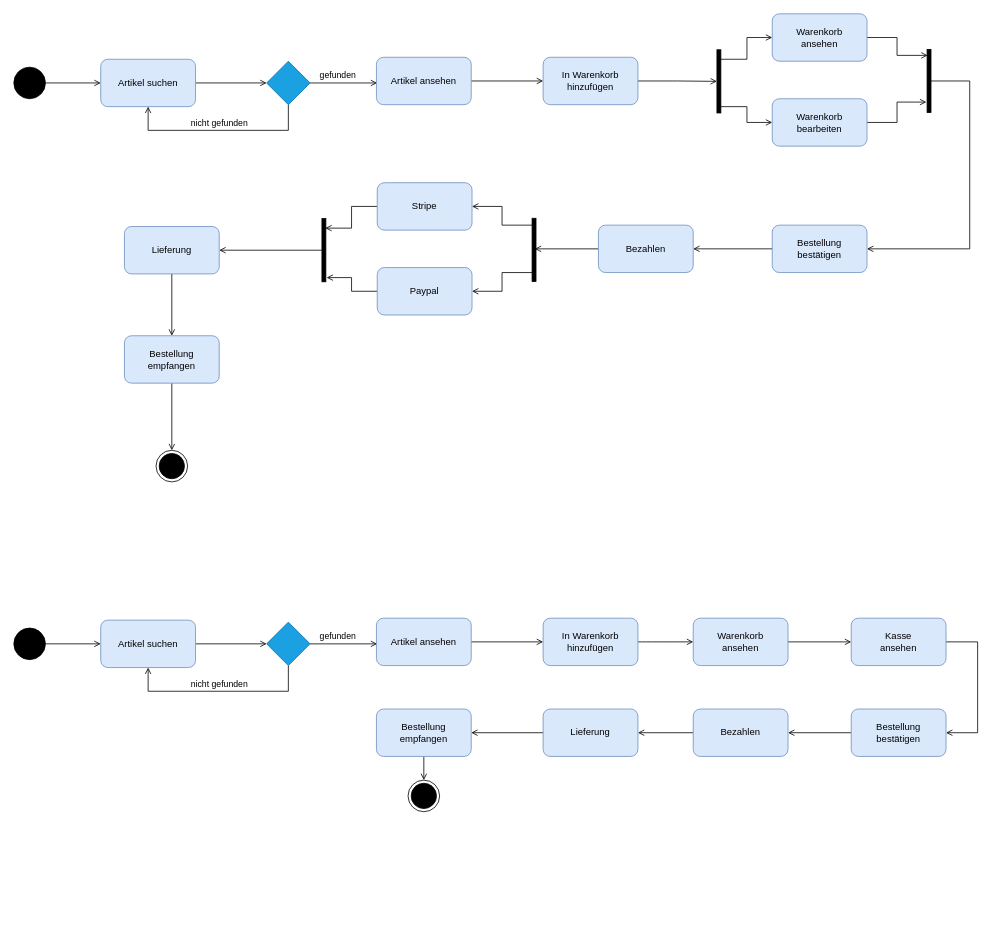
Above: Aktivitaetsdiagramm.drawio in therealfilko/uml (draw.io), before the change. Source tidied: cells renumbered, new cells numbered last; positions are measured from the earlier drawing's top-left corner, leaving out a move shared by most shapes. Both pictures are drawn from the tidied source at 79%, with x=0, y=0 at pixel (13, 13).
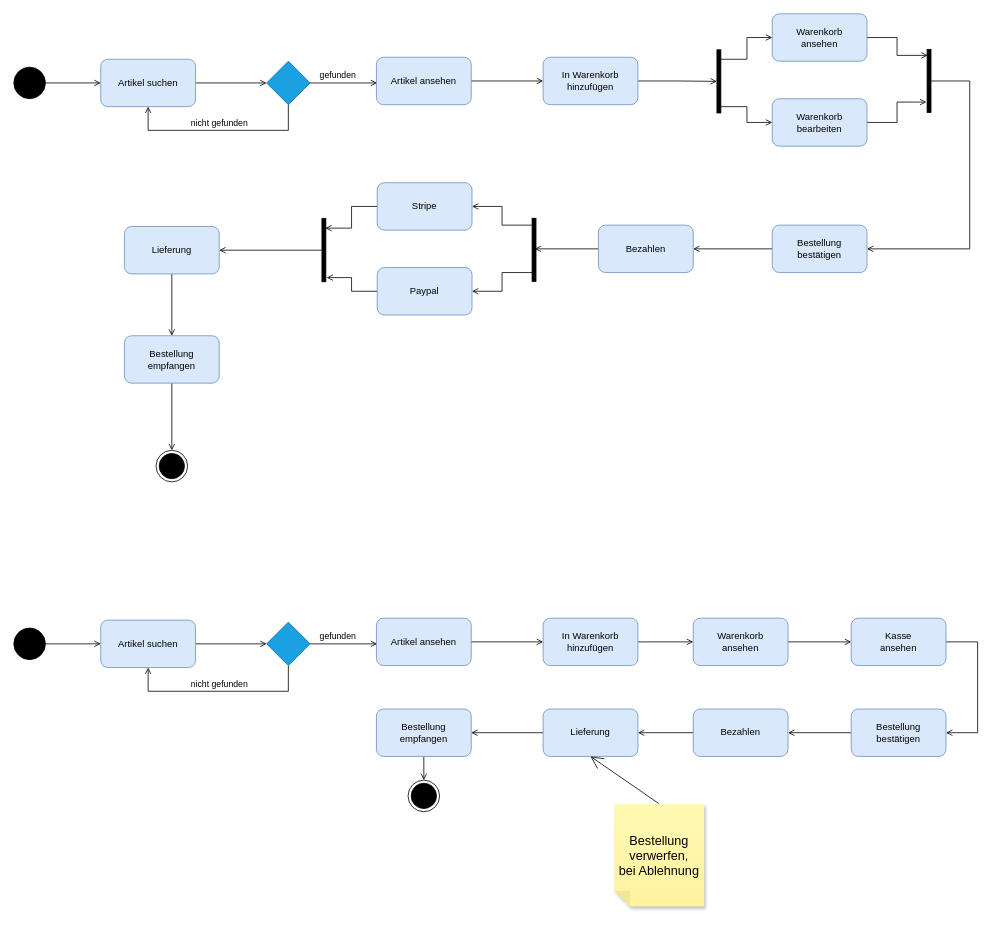
After the change.

The change refers to these unchanged cells:
```xml
<mxCell id="60" value="Lieferung" style="rounded=1;whiteSpace=wrap;html=1;fillColor=#dae8fc;strokeColor=#6c8ebf;" parent="1" vertex="1">
  <mxGeometry x="670" y="880" width="120" height="60" as="geometry" />
</mxCell>
```

What changed in the source:
```diff
@@
+    <mxCell id="66" style="edgeStyle=none;curved=1;rounded=0;jettySize=auto;html=1;exitX=0.5;exitY=1;exitDx=0;exitDy=0;exitPerimeter=0;entryX=0.5;entryY=1;entryDx=0;entryDy=0;fontSize=12;endArrow=open;startSize=14;endSize=14;sourcePerimeterSpacing=8;targetPerimeterSpacing=8;" parent="1" edge="1" source="67" target="60">
+      <mxGeometry relative="1" as="geometry" />
+    </mxCell>
+    <mxCell id="67" value="Bestellung verwerfen,&lt;br&gt;bei Ablehnung" style="shape=note;whiteSpace=wrap;html=1;backgroundOutline=1;fontColor=#000000;darkOpacity=0.05;fillColor=#FFF9B2;strokeColor=none;fillStyle=solid;direction=west;gradientDirection=north;gradientColor=#FFF2A1;shadow=1;size=20;fontSize=16;" parent="1" vertex="1">
+      <mxGeometry x="760" y="1000" width="113.8" height="130" as="geometry" />
+    </mxCell>
```
